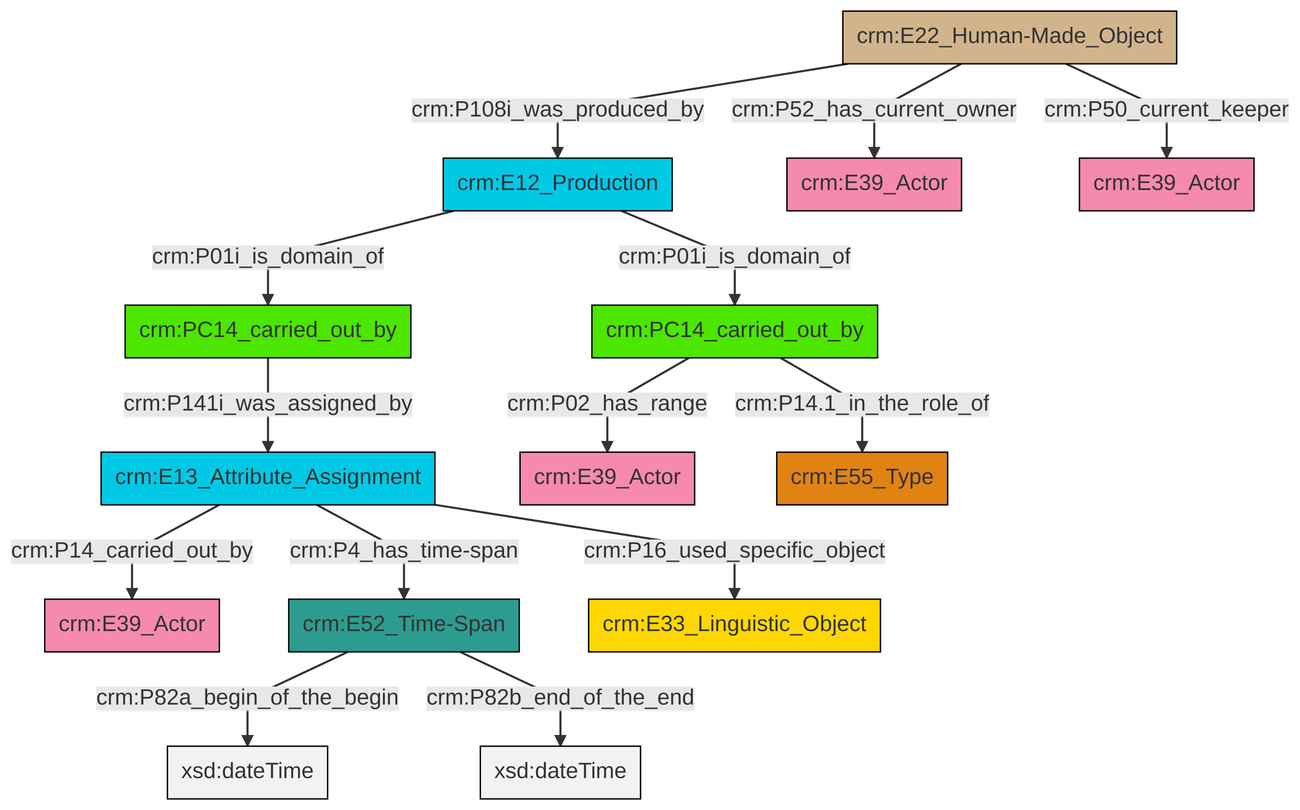
Earlier version of the Mermaid export et/carrierCSV/ttl/mmd/png/carrier_relations.png (swiss-art-research-net/docs.swissartresearch). Its source is kept beside it as et/carrierCSV/ttl/mmd/carrier_relations.ttl.mmd.
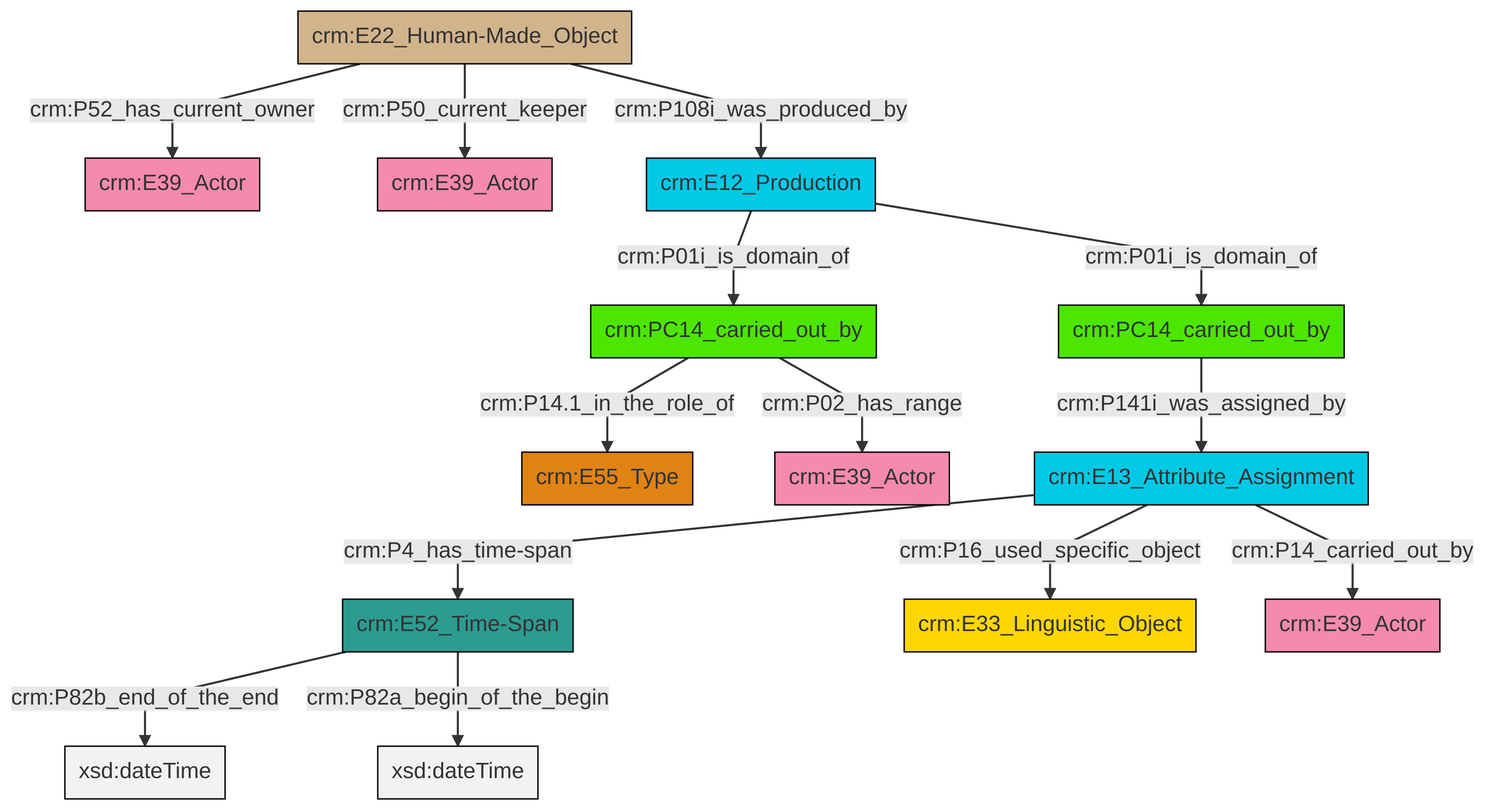
The same diagram one commit later.

Diff of the diagram source:
```diff
@@ -13,16 +13,16 @@
 classDef PC_Classes fill:#4ce600, stroke:#000000;
 classDef Multi fill:#cccccc,stroke:#000000;
 
-2["crm:E12_Production"]:::Temporal_Entity -->|crm:P01i_is_domain_of| 3["crm:PC14_carried_out_by"]:::PC_Classes
-4["crm:E13_Attribute_Assignment"]:::Temporal_Entity -->|crm:P14_carried_out_by| 0["crm:E39_Actor"]:::Actor
-11["crm:E22_Human-Made_Object"]:::Physical_Thing -->|crm:P108i_was_produced_by| 2["crm:E12_Production"]:::Temporal_Entity
-11["crm:E22_Human-Made_Object"]:::Physical_Thing -->|crm:P52_has_current_owner| 12["crm:E39_Actor"]:::Actor
-3["crm:PC14_carried_out_by"]:::PC_Classes -->|crm:P02_has_range| 13["crm:E39_Actor"]:::Actor
-5["crm:E52_Time-Span"]:::Time-Span -->|crm:P82a_begin_of_the_begin| 19[xsd:dateTime]:::Literal
-9["crm:PC14_carried_out_by"]:::PC_Classes -->|crm:P141i_was_assigned_by| 4["crm:E13_Attribute_Assignment"]:::Temporal_Entity
-4["crm:E13_Attribute_Assignment"]:::Temporal_Entity -->|crm:P16_used_specific_object| 7["crm:E33_Linguistic_Object"]:::Conceptual_Object
-5["crm:E52_Time-Span"]:::Time-Span -->|crm:P82b_end_of_the_end| 24[xsd:dateTime]:::Literal
-11["crm:E22_Human-Made_Object"]:::Physical_Thing -->|crm:P50_current_keeper| 17["crm:E39_Actor"]:::Actor
-3["crm:PC14_carried_out_by"]:::PC_Classes -->|crm:P14.1_in_the_role_of| 20["crm:E55_Type"]:::Type
-2["crm:E12_Production"]:::Temporal_Entity -->|crm:P01i_is_domain_of| 9["crm:PC14_carried_out_by"]:::PC_Classes
-4["crm:E13_Attribute_Assignment"]:::Temporal_Entity -->|crm:P4_has_time-span| 5["crm:E52_Time-Span"]:::Time-Span
+0["crm:E12_Production"]:::Temporal_Entity -->|crm:P01i_is_domain_of| 2["crm:PC14_carried_out_by"]:::PC_Classes
+0["crm:E12_Production"]:::Temporal_Entity -->|crm:P01i_is_domain_of| 5["crm:PC14_carried_out_by"]:::PC_Classes
+6["crm:E13_Attribute_Assignment"]:::Temporal_Entity -->|crm:P4_has_time-span| 7["crm:E52_Time-Span"]:::Time-Span
+7["crm:E52_Time-Span"]:::Time-Span -->|crm:P82b_end_of_the_end| 10[xsd:dateTime]:::Literal
+2["crm:PC14_carried_out_by"]:::PC_Classes -->|crm:P14.1_in_the_role_of| 3["crm:E55_Type"]:::Type
+2["crm:PC14_carried_out_by"]:::PC_Classes -->|crm:P02_has_range| 8["crm:E39_Actor"]:::Actor
+7["crm:E52_Time-Span"]:::Time-Span -->|crm:P82a_begin_of_the_begin| 11[xsd:dateTime]:::Literal
+6["crm:E13_Attribute_Assignment"]:::Temporal_Entity -->|crm:P16_used_specific_object| 16["crm:E33_Linguistic_Object"]:::Conceptual_Object
+6["crm:E13_Attribute_Assignment"]:::Temporal_Entity -->|crm:P14_carried_out_by| 20["crm:E39_Actor"]:::Actor
+12["crm:E22_Human-Made_Object"]:::Physical_Thing -->|crm:P52_has_current_owner| 22["crm:E39_Actor"]:::Actor
+5["crm:PC14_carried_out_by"]:::PC_Classes -->|crm:P141i_was_assigned_by| 6["crm:E13_Attribute_Assignment"]:::Temporal_Entity
+12["crm:E22_Human-Made_Object"]:::Physical_Thing -->|crm:P50_current_keeper| 14["crm:E39_Actor"]:::Actor
+12["crm:E22_Human-Made_Object"]:::Physical_Thing -->|crm:P108i_was_produced_by| 0["crm:E12_Production"]:::Temporal_Entity
```
